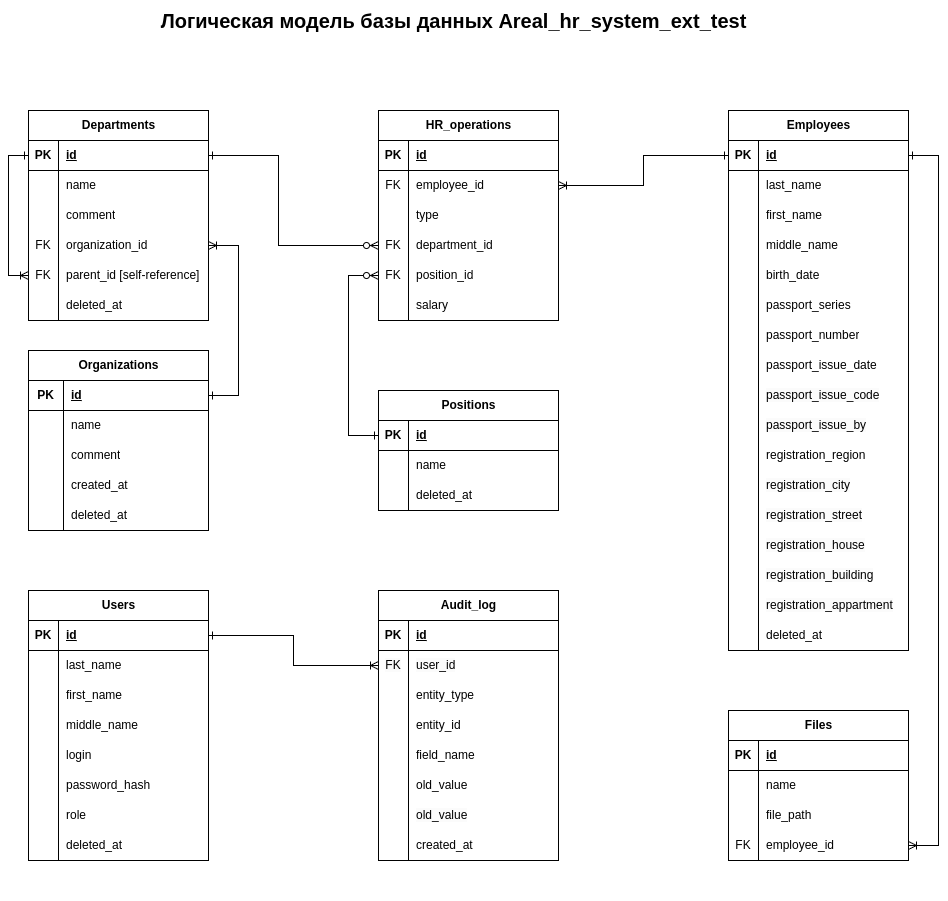
Above: docs/database/hr_system.drawio.png in zelenkow/areal-hr_ext-test (draw.io), before the change. Source tidied: cells renumbered, new cells last; positions are measured from the earlier drawing's top-left corner, leaving out a move shared by most shapes.
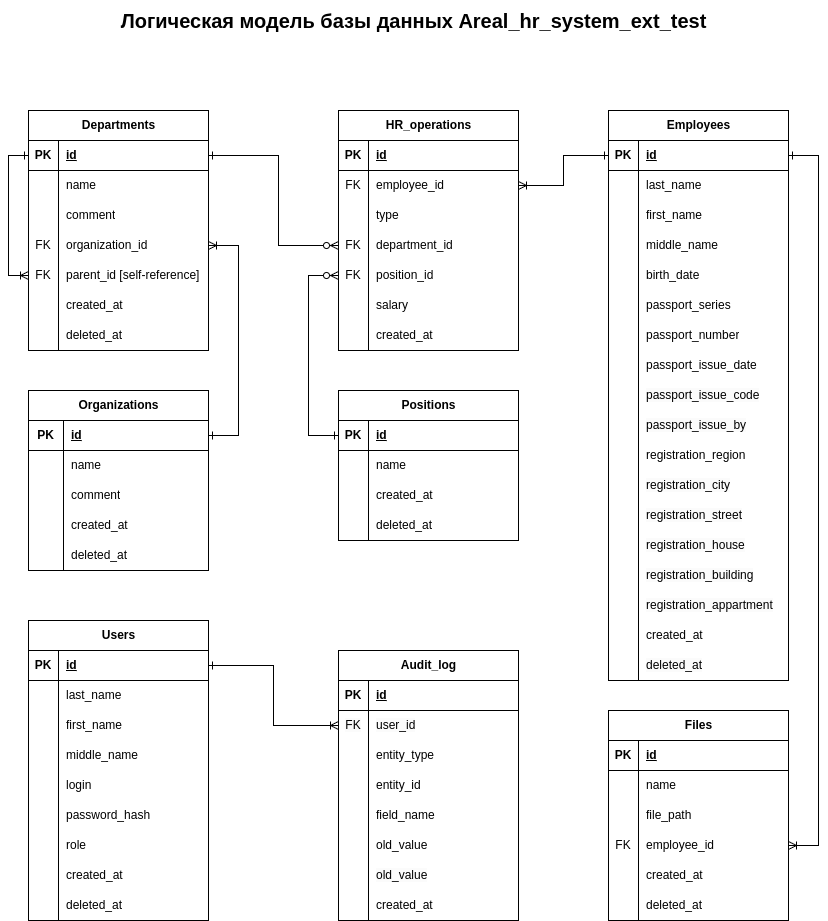
After the commit.

What changed in the source:
```diff
@@ -3,7 +3,7 @@
     <mxCell id="0" />
     <mxCell id="1" parent="0" />
     <mxCell id="2" value="&lt;font face=&quot;Helvetica&quot;&gt;Organizations&lt;/font&gt;" style="shape=table;startSize=30;rowLines=0;fontStyle=1;align=center;html=1;" parent="1" vertex="1">
-      <mxGeometry x="20" y="350" width="180" height="180" as="geometry" />
+      <mxGeometry x="60" y="390" width="180" height="180" as="geometry" />
     </mxCell>
     <mxCell id="3" style="shape=tableRow;horizontal=0;startSize=0;swimlaneHead=0;swimlaneBody=0;fillColor=none;points=[[0,0.5],[1,0.5]];portConstraint=eastwest;top=0;left=0;right=0;bottom=1;" parent="2" vertex="1">
       <mxGeometry y="30" width="180" height="30" as="geometry" />
@@ -57,7 +57,7 @@
       <mxGeometry width="30" height="30" as="geometry" />
     </mxCell>
     <mxCell id="20" value="&lt;pre&gt;&lt;font face=&quot;Helvetica&quot;&gt;Departments&lt;/font&gt;&lt;/pre&gt;" style="shape=table;startSize=30;rowLines=0;fontStyle=1;align=center;html=1;" parent="1" vertex="1">
-      <mxGeometry x="20" y="110" width="180" height="210" as="geometry" />
+      <mxGeometry x="60" y="110" width="180" height="240" as="geometry" />
     </mxCell>
     <mxCell id="21" style="shape=tableRow;horizontal=0;startSize=0;swimlaneHead=0;swimlaneBody=0;fillColor=none;points=[[0,0.5],[1,0.5]];portConstraint=eastwest;top=0;left=0;right=0;bottom=1;" parent="20" vertex="1">
       <mxGeometry y="30" width="180" height="30" as="geometry" />
@@ -110,9 +110,18 @@
     <mxCell id="37" style="shape=partialRectangle;fillColor=none;top=0;left=0;bottom=0;right=0;overflow=hidden;whiteSpace=wrap;html=1;" parent="36" vertex="1">
       <mxGeometry width="30" height="30" as="geometry" />
     </mxCell>
-    <mxCell id="38" value="deleted_at" style="shape=partialRectangle;fillColor=none;top=0;left=0;bottom=0;right=0;align=left;spacingLeft=6;overflow=hidden;whiteSpace=wrap;html=1;" parent="36" vertex="1">
+    <mxCell id="38" value="created_at" style="shape=partialRectangle;fillColor=none;top=0;left=0;bottom=0;right=0;align=left;spacingLeft=6;overflow=hidden;whiteSpace=wrap;html=1;" parent="36" vertex="1">
       <mxGeometry x="30" width="150" height="30" as="geometry" />
     </mxCell>
+    <mxCell id="191" style="shape=tableRow;horizontal=0;startSize=0;swimlaneHead=0;swimlaneBody=0;fillColor=none;top=0;left=0;right=0;bottom=0;" parent="20" vertex="1">
+      <mxGeometry y="210" width="180" height="30" as="geometry" />
+    </mxCell>
+    <mxCell id="192" style="shape=partialRectangle;fillColor=none;top=0;left=0;bottom=0;right=0;overflow=hidden;whiteSpace=wrap;html=1;" parent="191" vertex="1">
+      <mxGeometry width="30" height="30" as="geometry" />
+    </mxCell>
+    <mxCell id="193" value="deleted_at" style="shape=partialRectangle;fillColor=none;top=0;left=0;bottom=0;right=0;align=left;spacingLeft=6;overflow=hidden;whiteSpace=wrap;html=1;" parent="191" vertex="1">
+      <mxGeometry x="30" width="150" height="30" as="geometry" />
+    </mxCell>
     <mxCell id="39" style="edgeStyle=orthogonalEdgeStyle;rounded=0;jettySize=auto;html=1;endArrow=ERoneToMany;endFill=0;startArrow=ERone;startFill=0;entryX=0;entryY=0.5;entryDx=0;entryDy=0;exitX=0;exitY=0.5;exitDx=0;exitDy=0;" parent="20" edge="1" source="21" target="33">
       <mxGeometry relative="1" as="geometry">
         <Array as="points">
@@ -122,7 +131,7 @@
       </mxGeometry>
     </mxCell>
     <mxCell id="40" value="Positions" style="shape=table;startSize=30;rowLines=0;fontStyle=1;align=center;html=1;" parent="1" vertex="1">
-      <mxGeometry x="370" y="390" width="180" height="120" as="geometry" />
+      <mxGeometry x="370" y="390" width="180" height="150" as="geometry" />
     </mxCell>
     <mxCell id="41" style="shape=tableRow;horizontal=0;startSize=0;swimlaneHead=0;swimlaneBody=0;fillColor=none;points=[[0,0.5],[1,0.5]];portConstraint=eastwest;top=0;left=0;right=0;bottom=1;" parent="40" vertex="1">
       <mxGeometry y="30" width="180" height="30" as="geometry" />
@@ -148,11 +157,20 @@
     <mxCell id="48" style="shape=partialRectangle;fillColor=none;top=0;left=0;bottom=0;right=0;overflow=hidden;whiteSpace=wrap;html=1;" parent="47" vertex="1">
       <mxGeometry width="30" height="30" as="geometry" />
     </mxCell>
-    <mxCell id="49" value="deleted_at" style="shape=partialRectangle;fillColor=none;top=0;left=0;bottom=0;right=0;align=left;spacingLeft=6;overflow=hidden;whiteSpace=wrap;html=1;" parent="47" vertex="1">
+    <mxCell id="49" value="created_at" style="shape=partialRectangle;fillColor=none;top=0;left=0;bottom=0;right=0;align=left;spacingLeft=6;overflow=hidden;whiteSpace=wrap;html=1;" parent="47" vertex="1">
       <mxGeometry x="30" width="150" height="30" as="geometry" />
     </mxCell>
+    <mxCell id="194" style="shape=tableRow;horizontal=0;startSize=0;swimlaneHead=0;swimlaneBody=0;fillColor=none;top=0;left=0;right=0;bottom=0;" parent="40" vertex="1">
+      <mxGeometry y="120" width="180" height="30" as="geometry" />
+    </mxCell>
+    <mxCell id="195" style="shape=partialRectangle;fillColor=none;top=0;left=0;bottom=0;right=0;overflow=hidden;whiteSpace=wrap;html=1;" parent="194" vertex="1">
+      <mxGeometry width="30" height="30" as="geometry" />
+    </mxCell>
+    <mxCell id="196" value="deleted_at" style="shape=partialRectangle;fillColor=none;top=0;left=0;bottom=0;right=0;align=left;spacingLeft=6;overflow=hidden;whiteSpace=wrap;html=1;" parent="194" vertex="1">
+      <mxGeometry x="30" width="150" height="30" as="geometry" />
+    </mxCell>
     <mxCell id="50" value="Employees" style="shape=table;startSize=30;rowLines=0;fontStyle=1;align=center;html=1;" parent="1" vertex="1">
-      <mxGeometry x="720" y="110" width="180" height="540" as="geometry" />
+      <mxGeometry x="640" y="110" width="180" height="570" as="geometry" />
     </mxCell>
     <mxCell id="51" style="shape=tableRow;horizontal=0;startSize=0;swimlaneHead=0;swimlaneBody=0;fillColor=none;points=[[0,0.5],[1,0.5]];portConstraint=eastwest;top=0;left=0;right=0;bottom=1;" parent="50" vertex="1">
       <mxGeometry y="30" width="180" height="30" as="geometry" />
@@ -304,11 +322,20 @@
     <mxCell id="100" style="shape=partialRectangle;fillColor=none;top=0;left=0;bottom=0;right=0;overflow=hidden;whiteSpace=wrap;html=1;" parent="99" vertex="1">
       <mxGeometry width="30" height="30" as="geometry" />
     </mxCell>
-    <mxCell id="101" value="deleted_at" style="shape=partialRectangle;fillColor=none;top=0;left=0;bottom=0;right=0;align=left;spacingLeft=6;overflow=hidden;whiteSpace=wrap;html=1;" parent="99" vertex="1">
+    <mxCell id="101" value="created_at" style="shape=partialRectangle;fillColor=none;top=0;left=0;bottom=0;right=0;align=left;spacingLeft=6;overflow=hidden;whiteSpace=wrap;html=1;" parent="99" vertex="1">
       <mxGeometry x="30" width="150" height="30" as="geometry" />
     </mxCell>
+    <mxCell id="197" style="shape=tableRow;horizontal=0;startSize=0;swimlaneHead=0;swimlaneBody=0;fillColor=none;top=0;left=0;right=0;bottom=0;" parent="50" vertex="1">
+      <mxGeometry y="540" width="180" height="30" as="geometry" />
+    </mxCell>
+    <mxCell id="198" style="shape=partialRectangle;fillColor=none;top=0;left=0;bottom=0;right=0;overflow=hidden;whiteSpace=wrap;html=1;" parent="197" vertex="1">
+      <mxGeometry width="30" height="30" as="geometry" />
+    </mxCell>
+    <mxCell id="199" value="&lt;span style=&quot;color: rgb(0, 0, 0); font-family: Helvetica; font-size: 12px; font-style: normal; font-variant-ligatures: normal; font-variant-caps: normal; font-weight: 400; letter-spacing: normal; orphans: 2; text-align: left; text-indent: 0px; text-transform: none; widows: 2; word-spacing: 0px; -webkit-text-stroke-width: 0px; white-space: normal; background-color: rgb(251, 251, 251); text-decoration-thickness: initial; text-decoration-style: initial; text-decoration-color: initial; display: inline !important; float: none;&quot;&gt;deleted_at&lt;/span&gt;" style="shape=partialRectangle;fillColor=none;top=0;left=0;bottom=0;right=0;align=left;spacingLeft=6;overflow=hidden;whiteSpace=wrap;html=1;" parent="197" vertex="1">
+      <mxGeometry x="30" width="150" height="30" as="geometry" />
+    </mxCell>
     <mxCell id="102" value="Files" style="shape=table;startSize=30;rowLines=0;fontStyle=1;align=center;html=1;" parent="1" vertex="1">
-      <mxGeometry x="720" y="710" width="180" height="150" as="geometry" />
+      <mxGeometry x="640" y="710" width="180" height="210" as="geometry" />
     </mxCell>
     <mxCell id="103" style="shape=tableRow;horizontal=0;startSize=0;swimlaneHead=0;swimlaneBody=0;fillColor=none;top=0;left=0;right=0;bottom=1;" parent="102" vertex="1">
       <mxGeometry y="30" width="180" height="30" as="geometry" />
@@ -346,8 +373,26 @@
     <mxCell id="114" value="employee_id" style="shape=partialRectangle;fillColor=none;top=0;left=0;bottom=0;right=0;align=left;spacingLeft=6;overflow=hidden;whiteSpace=wrap;html=1;" parent="112" vertex="1">
       <mxGeometry x="30" width="150" height="30" as="geometry" />
     </mxCell>
+    <mxCell id="200" style="shape=tableRow;horizontal=0;startSize=0;swimlaneHead=0;swimlaneBody=0;fillColor=none;top=0;left=0;right=0;bottom=0;" parent="102" vertex="1">
+      <mxGeometry y="150" width="180" height="30" as="geometry" />
+    </mxCell>
+    <mxCell id="201" style="shape=partialRectangle;fillColor=none;top=0;left=0;bottom=0;right=0;overflow=hidden;whiteSpace=wrap;html=1;" parent="200" vertex="1">
+      <mxGeometry width="30" height="30" as="geometry" />
+    </mxCell>
+    <mxCell id="202" value="created_at" style="shape=partialRectangle;fillColor=none;top=0;left=0;bottom=0;right=0;align=left;spacingLeft=6;overflow=hidden;whiteSpace=wrap;html=1;" parent="200" vertex="1">
+      <mxGeometry x="30" width="150" height="30" as="geometry" />
+    </mxCell>
+    <mxCell id="203" style="shape=tableRow;horizontal=0;startSize=0;swimlaneHead=0;swimlaneBody=0;fillColor=none;top=0;left=0;right=0;bottom=0;" parent="102" vertex="1">
+      <mxGeometry y="180" width="180" height="30" as="geometry" />
+    </mxCell>
+    <mxCell id="204" style="shape=partialRectangle;fillColor=none;top=0;left=0;bottom=0;right=0;overflow=hidden;whiteSpace=wrap;html=1;" parent="203" vertex="1">
+      <mxGeometry width="30" height="30" as="geometry" />
+    </mxCell>
+    <mxCell id="205" value="deleted_at" style="shape=partialRectangle;fillColor=none;top=0;left=0;bottom=0;right=0;align=left;spacingLeft=6;overflow=hidden;whiteSpace=wrap;html=1;" parent="203" vertex="1">
+      <mxGeometry x="30" width="150" height="30" as="geometry" />
+    </mxCell>
     <mxCell id="115" value="Users" style="shape=table;startSize=30;rowLines=0;fontStyle=1;align=center;html=1;" parent="1" vertex="1">
-      <mxGeometry x="20" y="590" width="180" height="270" as="geometry" />
+      <mxGeometry x="60" y="620" width="180" height="300" as="geometry" />
     </mxCell>
     <mxCell id="116" style="shape=tableRow;horizontal=0;startSize=0;swimlaneHead=0;swimlaneBody=0;fillColor=none;points=[[0,0.5],[1,0.5]];portConstraint=eastwest;top=0;left=0;right=0;bottom=1;" parent="115" vertex="1">
       <mxGeometry y="30" width="180" height="30" as="geometry" />
@@ -418,11 +463,20 @@
     <mxCell id="138" style="shape=partialRectangle;fillColor=none;top=0;left=0;bottom=0;right=0;overflow=hidden;whiteSpace=wrap;html=1;" parent="137" vertex="1">
       <mxGeometry width="30" height="30" as="geometry" />
     </mxCell>
-    <mxCell id="139" value="deleted_at" style="shape=partialRectangle;fillColor=none;top=0;left=0;bottom=0;right=0;align=left;spacingLeft=6;overflow=hidden;whiteSpace=wrap;html=1;" parent="137" vertex="1">
+    <mxCell id="139" value="created_at" style="shape=partialRectangle;fillColor=none;top=0;left=0;bottom=0;right=0;align=left;spacingLeft=6;overflow=hidden;whiteSpace=wrap;html=1;" parent="137" vertex="1">
       <mxGeometry x="30" width="150" height="30" as="geometry" />
     </mxCell>
+    <mxCell id="206" style="shape=tableRow;horizontal=0;startSize=0;swimlaneHead=0;swimlaneBody=0;fillColor=none;top=0;left=0;right=0;bottom=0;" parent="115" vertex="1">
+      <mxGeometry y="270" width="180" height="30" as="geometry" />
+    </mxCell>
+    <mxCell id="207" style="shape=partialRectangle;fillColor=none;top=0;left=0;bottom=0;right=0;overflow=hidden;whiteSpace=wrap;html=1;" parent="206" vertex="1">
+      <mxGeometry width="30" height="30" as="geometry" />
+    </mxCell>
+    <mxCell id="208" value="deleted_at" style="shape=partialRectangle;fillColor=none;top=0;left=0;bottom=0;right=0;align=left;spacingLeft=6;overflow=hidden;whiteSpace=wrap;html=1;" parent="206" vertex="1">
+      <mxGeometry x="30" width="150" height="30" as="geometry" />
+    </mxCell>
     <mxCell id="140" value="HR_operations" style="shape=table;startSize=30;rowLines=0;fontStyle=1;align=center;html=1;" parent="1" vertex="1">
-      <mxGeometry x="370" y="110" width="180" height="210" as="geometry" />
+      <mxGeometry x="370" y="110" width="180" height="240" as="geometry" />
     </mxCell>
     <mxCell id="141" style="shape=tableRow;horizontal=0;startSize=0;swimlaneHead=0;swimlaneBody=0;fillColor=none;top=0;left=0;right=0;bottom=1;" parent="140" vertex="1">
       <mxGeometry y="30" width="180" height="30" as="geometry" />
@@ -478,8 +532,17 @@
     <mxCell id="158" value="salary" style="shape=partialRectangle;fillColor=none;top=0;left=0;bottom=0;right=0;align=left;spacingLeft=6;overflow=hidden;whiteSpace=wrap;html=1;" parent="156" vertex="1">
       <mxGeometry x="30" width="150" height="30" as="geometry" />
     </mxCell>
+    <mxCell id="209" style="shape=tableRow;horizontal=0;startSize=0;swimlaneHead=0;swimlaneBody=0;fillColor=none;top=0;left=0;right=0;bottom=0;" parent="140" vertex="1">
+      <mxGeometry y="210" width="180" height="30" as="geometry" />
+    </mxCell>
+    <mxCell id="210" style="shape=partialRectangle;fillColor=none;top=0;left=0;bottom=0;right=0;overflow=hidden;whiteSpace=wrap;html=1;" parent="209" vertex="1">
+      <mxGeometry width="30" height="30" as="geometry" />
+    </mxCell>
+    <mxCell id="211" value="created_at" style="shape=partialRectangle;fillColor=none;top=0;left=0;bottom=0;right=0;align=left;spacingLeft=6;overflow=hidden;whiteSpace=wrap;html=1;" parent="209" vertex="1">
+      <mxGeometry x="30" width="150" height="30" as="geometry" />
+    </mxCell>
     <mxCell id="159" value="Audit_log" style="shape=table;startSize=30;rowLines=0;fontStyle=1;align=center;html=1;" parent="1" vertex="1">
-      <mxGeometry x="370" y="590" width="180" height="270" as="geometry" />
+      <mxGeometry x="370" y="650" width="180" height="270" as="geometry" />
     </mxCell>
     <mxCell id="160" style="shape=tableRow;horizontal=0;startSize=0;swimlaneHead=0;swimlaneBody=0;fillColor=none;top=0;left=0;right=0;bottom=1;" parent="159" vertex="1">
       <mxGeometry y="30" width="180" height="30" as="geometry" />
@@ -556,16 +619,17 @@
     <mxCell id="184" style="edgeStyle=orthogonalEdgeStyle;rounded=0;jettySize=auto;html=1;startArrow=ERoneToMany;startFill=0;endArrow=ERone;endFill=0;entryX=1;entryY=0.5;entryDx=0;entryDy=0;" parent="1" edge="1" source="30" target="3">
       <mxGeometry relative="1" as="geometry">
         <Array as="points">
-          <mxPoint x="230" y="245" />
-          <mxPoint x="230" y="395" />
+          <mxPoint x="270" y="245" />
+          <mxPoint x="270" y="435" />
         </Array>
       </mxGeometry>
     </mxCell>
     <mxCell id="185" style="edgeStyle=orthogonalEdgeStyle;rounded=0;jettySize=auto;html=1;entryX=1;entryY=0.5;entryDx=0;entryDy=0;endArrow=ERone;endFill=0;startArrow=ERoneToMany;startFill=0;exitX=1;exitY=0.5;exitDx=0;exitDy=0;" parent="1" edge="1" source="112" target="51">
       <mxGeometry relative="1" as="geometry">
         <Array as="points">
-          <mxPoint x="930" y="845" />
-          <mxPoint x="930" y="155" />
+          <mxPoint x="820" y="845" />
+          <mxPoint x="850" y="845" />
+          <mxPoint x="850" y="155" />
         </Array>
       </mxGeometry>
     </mxCell>
@@ -575,8 +639,8 @@
     <mxCell id="187" style="edgeStyle=orthogonalEdgeStyle;rounded=0;jettySize=auto;html=1;entryX=1;entryY=0.5;entryDx=0;entryDy=0;endArrow=ERone;endFill=0;startArrow=ERzeroToMany;startFill=0;exitX=0;exitY=0.5;exitDx=0;exitDy=0;" parent="1" edge="1" source="150" target="21">
       <mxGeometry relative="1" as="geometry">
         <Array as="points">
-          <mxPoint x="270" y="245" />
-          <mxPoint x="270" y="155" />
+          <mxPoint x="310" y="245" />
+          <mxPoint x="310" y="155" />
         </Array>
       </mxGeometry>
     </mxCell>
```
